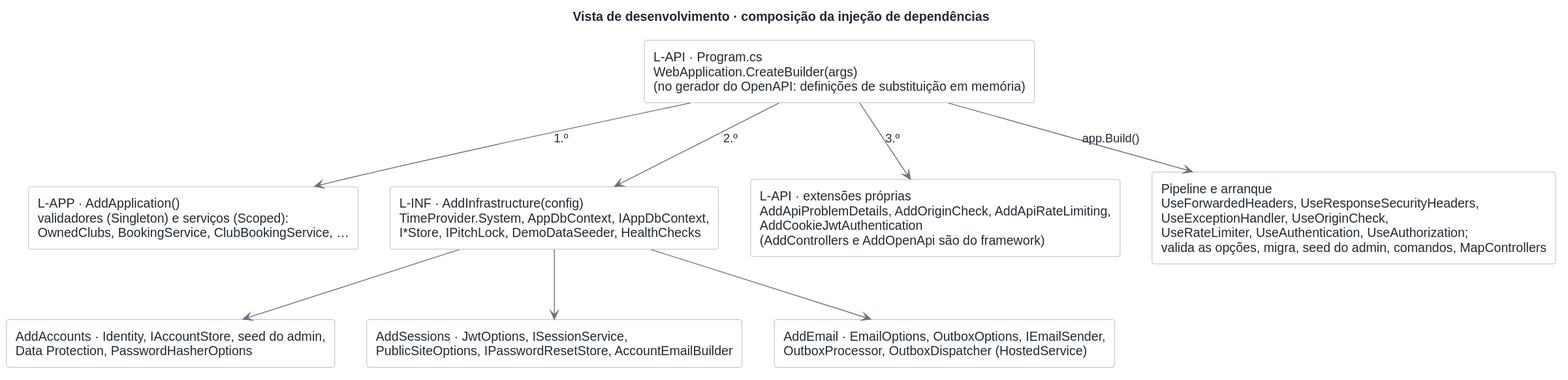
Earlier version of the PlantUML export docs/architecture/out/development-di.svg (rodrigo4sousa/SportsEstablishments). Source of this version:
```plantuml
@startuml
!include ../style.puml
title Vista de desenvolvimento · composição da injeção de dependências

skinparam defaultTextAlignment left

rectangle "L-API · Program.cs\nWebApplication.CreateBuilder(args)\n(no gerador do OpenAPI: definições de substituição em memória)" as PROG
rectangle "L-APP · AddApplication()\nvalidadores (Singleton) e serviços (Scoped):\nOwnedClubs, BookingService, ClubBookingService, …" as ADDAPP
rectangle "L-INF · AddInfrastructure(config)\nTimeProvider.System, AppDbContext, IAppDbContext,\nI*Store, IPitchLock, DemoDataSeeder, HealthChecks" as ADDINF
rectangle "AddAccounts · Identity, IAccountStore, seed do admin,\nData Protection, PasswordHasherOptions" as ADDACC
rectangle "AddSessions · JwtOptions, ISessionService,\nPublicSiteOptions, IPasswordResetStore, AccountEmailBuilder" as ADDSES
rectangle "AddEmail · EmailOptions, OutboxOptions, IEmailSender,\nOutboxProcessor, OutboxDispatcher (HostedService)" as ADDMAIL
rectangle "L-API · extensões próprias\nAddApiProblemDetails, AddOriginCheck, AddApiRateLimiting,\nAddCookieJwtAuthentication\n(AddControllers e AddOpenApi são do framework)" as ADDAPI
rectangle "Pipeline e arranque\nUseForwardedHeaders, UseResponseSecurityHeaders,\nUseExceptionHandler, UseOriginCheck,\nUseRateLimiter, UseAuthentication, UseAuthorization;\nvalida as opções, migra, seed do admin, comandos, MapControllers" as PIPE

PROG --> ADDAPP : 1.º
PROG --> ADDINF : 2.º
ADDINF --> ADDACC
ADDINF --> ADDSES
ADDINF --> ADDMAIL
PROG --> ADDAPI : 3.º
PROG --> PIPE : app.Build()
@enduml
```
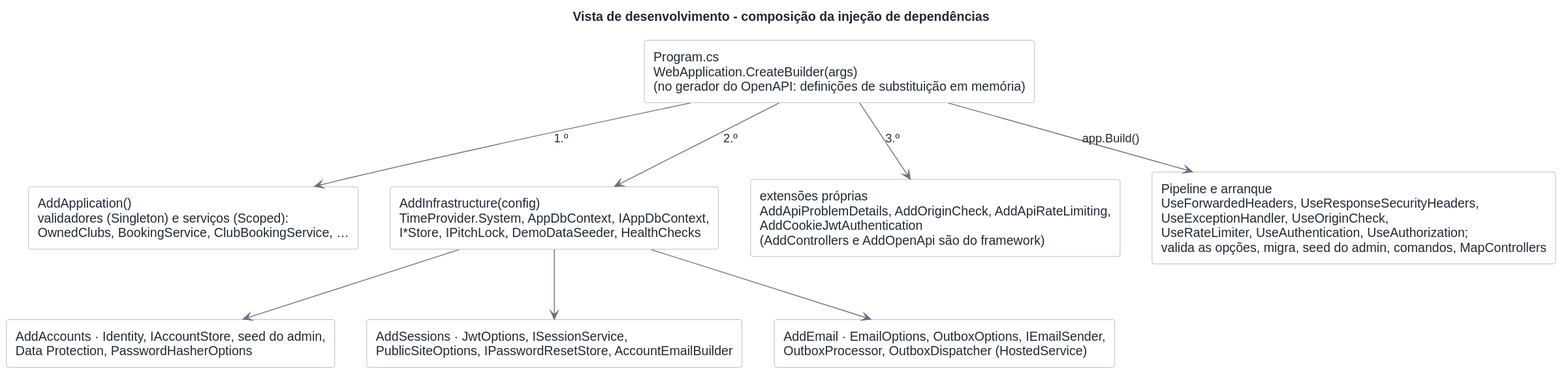
The same file after the commit.

Diff of the diagram source:
```diff
@@ -1,16 +1,16 @@
 @startuml
 !include ../style.puml
-title Vista de desenvolvimento · composição da injeção de dependências
+title Vista de desenvolvimento - composição da injeção de dependências
 
 skinparam defaultTextAlignment left
 
-rectangle "L-API · Program.cs\nWebApplication.CreateBuilder(args)\n(no gerador do OpenAPI: definições de substituição em memória)" as PROG
-rectangle "L-APP · AddApplication()\nvalidadores (Singleton) e serviços (Scoped):\nOwnedClubs, BookingService, ClubBookingService, …" as ADDAPP
-rectangle "L-INF · AddInfrastructure(config)\nTimeProvider.System, AppDbContext, IAppDbContext,\nI*Store, IPitchLock, DemoDataSeeder, HealthChecks" as ADDINF
+rectangle "Program.cs\nWebApplication.CreateBuilder(args)\n(no gerador do OpenAPI: definições de substituição em memória)" as PROG
+rectangle "AddApplication()\nvalidadores (Singleton) e serviços (Scoped):\nOwnedClubs, BookingService, ClubBookingService, …" as ADDAPP
+rectangle "AddInfrastructure(config)\nTimeProvider.System, AppDbContext, IAppDbContext,\nI*Store, IPitchLock, DemoDataSeeder, HealthChecks" as ADDINF
 rectangle "AddAccounts · Identity, IAccountStore, seed do admin,\nData Protection, PasswordHasherOptions" as ADDACC
 rectangle "AddSessions · JwtOptions, ISessionService,\nPublicSiteOptions, IPasswordResetStore, AccountEmailBuilder" as ADDSES
 rectangle "AddEmail · EmailOptions, OutboxOptions, IEmailSender,\nOutboxProcessor, OutboxDispatcher (HostedService)" as ADDMAIL
-rectangle "L-API · extensões próprias\nAddApiProblemDetails, AddOriginCheck, AddApiRateLimiting,\nAddCookieJwtAuthentication\n(AddControllers e AddOpenApi são do framework)" as ADDAPI
+rectangle "extensões próprias\nAddApiProblemDetails, AddOriginCheck, AddApiRateLimiting,\nAddCookieJwtAuthentication\n(AddControllers e AddOpenApi são do framework)" as ADDAPI
 rectangle "Pipeline e arranque\nUseForwardedHeaders, UseResponseSecurityHeaders,\nUseExceptionHandler, UseOriginCheck,\nUseRateLimiter, UseAuthentication, UseAuthorization;\nvalida as opções, migra, seed do admin, comandos, MapControllers" as PIPE
 
 PROG --> ADDAPP : 1.º
```
